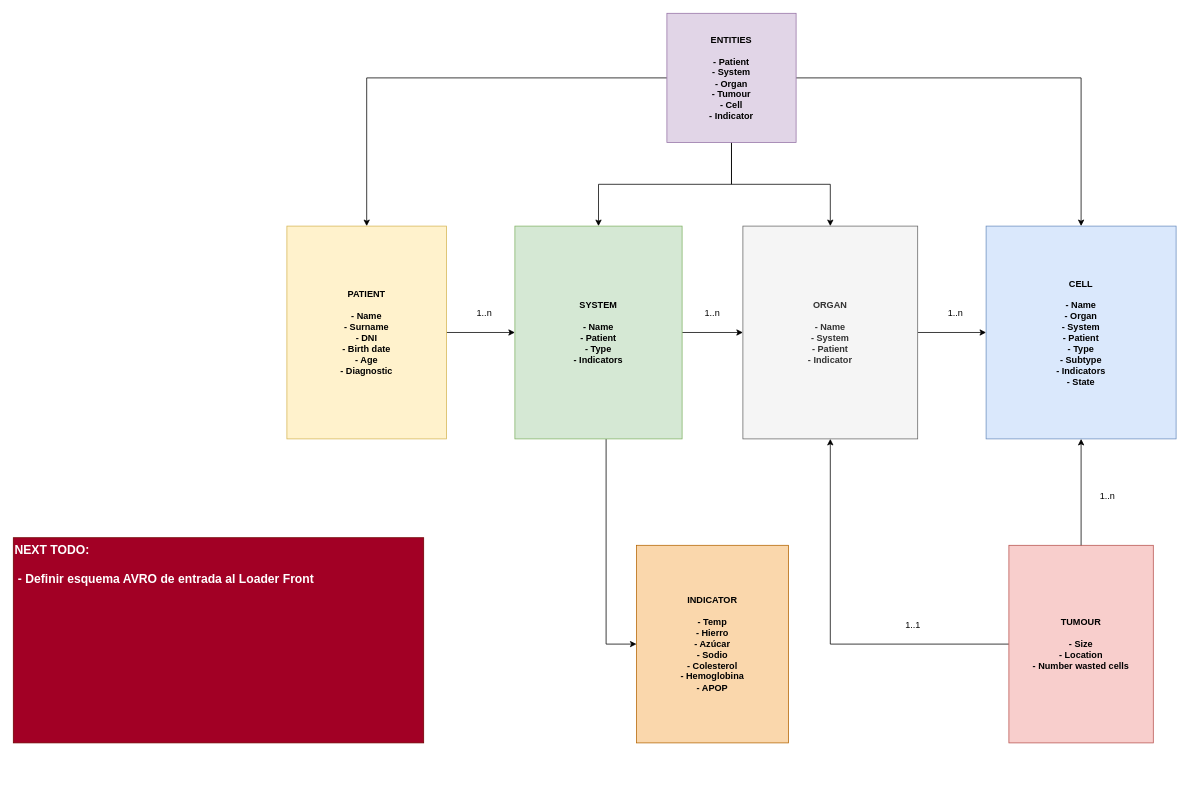
Before: page "MD" (1 of 6) of arch-design/cellprom-arch-functionality.drawio in cellprom/cellprom-arq-doc, a draw.io diagram. Source tidied: cells renumbered, new cells numbered last; positions are measured from the earlier drawing's top-left corner, leaving out a move shared by most shapes. Both pictures are drawn from the tidied source at 76%, with x=0, y=0 at pixel (13, 13).
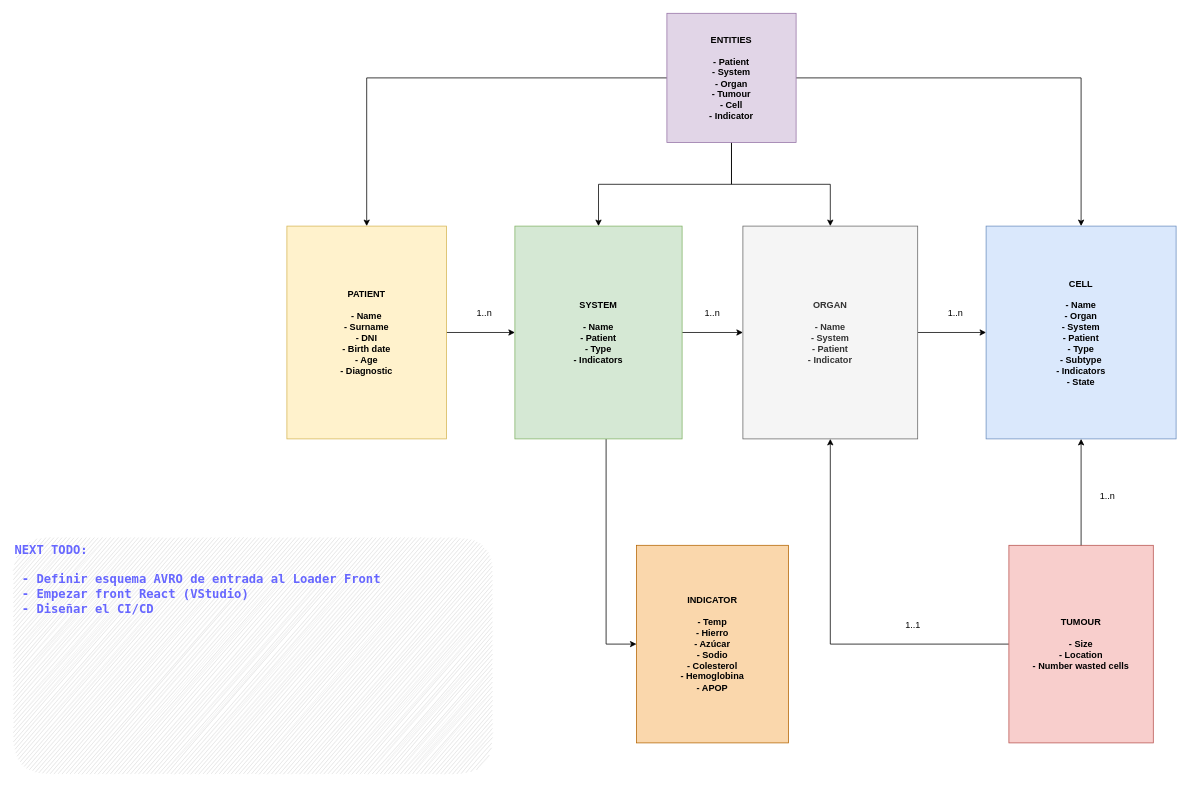
The same diagram, later.

The edit, as a diff of the source:
```diff
@@
-    <mxCell id="24" value="NEXT TODO:&lt;br&gt;&lt;br&gt;&amp;nbsp;- Definir esquema AVRO de entrada al Loader Front" style="text;whiteSpace=wrap;html=1;fontStyle=1;fontSize=16;fillColor=#a20025;fontColor=#ffffff;strokeColor=#6F0000;" parent="1" vertex="1">
-      <mxGeometry y="690" width="540" height="270" as="geometry" />
+    <mxCell id="24" value="NEXT TODO:&lt;br&gt;&lt;br&gt;&amp;nbsp;- Definir esquema AVRO de entrada al Loader Front&lt;br&gt;&amp;nbsp;- Empezar front React (VStudio)&lt;br&gt;&amp;nbsp;- Diseñar el CI/CD" style="text;whiteSpace=wrap;html=1;fontStyle=1;fontSize=16;fillColor=#D9D9D9;fontColor=#6666FF;strokeColor=none;gradientColor=none;rounded=1;glass=0;sketch=1;fontFamily=Lucida Console;" parent="1" vertex="1">
+      <mxGeometry y="690" width="630" height="310" as="geometry" />
     </mxCell>
```
